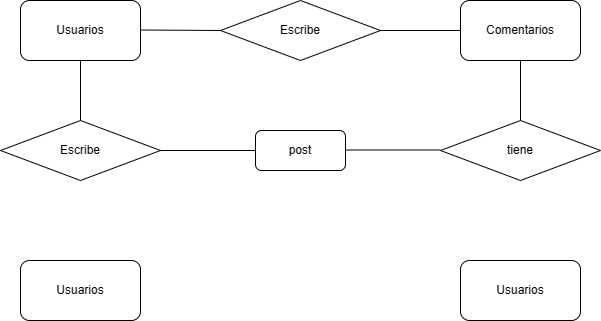
Earlier version of the draw.io export Diagrama Platziblog.drawio.png (LaZaRoMoNzOn1580/PlatziBlog). Source tidied: cells renumbered, new cells last; positions are measured from the earlier drawing's top-left corner, leaving out a move shared by most shapes. The source it was exported from:
```xml
<mxGraphModel>
  <root>
    <mxCell id="0" />
    <mxCell id="1" parent="0" />
    <mxCell id="2" value="Usuarios&lt;br&gt;" style="rounded=1;whiteSpace=wrap;html=1;" parent="1" vertex="1">
      <mxGeometry x="20" width="120" height="60" as="geometry" />
    </mxCell>
    <mxCell id="3" value="Escribe" style="rhombus;whiteSpace=wrap;html=1;" parent="1" vertex="1">
      <mxGeometry y="120" width="160" height="60" as="geometry" />
    </mxCell>
    <mxCell id="4" value="Escribe" style="rhombus;whiteSpace=wrap;html=1;" parent="1" vertex="1">
      <mxGeometry x="220" width="160" height="60" as="geometry" />
    </mxCell>
    <mxCell id="5" value="tiene" style="rhombus;whiteSpace=wrap;html=1;" parent="1" vertex="1">
      <mxGeometry x="440" y="120" width="160" height="60" as="geometry" />
    </mxCell>
    <mxCell id="6" value="Comentarios" style="rounded=1;whiteSpace=wrap;html=1;" parent="1" vertex="1">
      <mxGeometry x="460" width="120" height="60" as="geometry" />
    </mxCell>
    <mxCell id="7" value="post" style="rounded=1;whiteSpace=wrap;html=1;" parent="1" vertex="1">
      <mxGeometry x="255" y="130" width="90" height="40" as="geometry" />
    </mxCell>
    <mxCell id="8" value="Usuarios&lt;br&gt;" style="rounded=1;whiteSpace=wrap;html=1;" parent="1" vertex="1">
      <mxGeometry x="20" y="260" width="120" height="60" as="geometry" />
    </mxCell>
    <mxCell id="9" value="Usuarios&lt;br&gt;" style="rounded=1;whiteSpace=wrap;html=1;" parent="1" vertex="1">
      <mxGeometry x="460" y="260" width="120" height="60" as="geometry" />
    </mxCell>
    <mxCell id="10" style="endArrow=none;html=1;rounded=0;exitX=0.5;exitY=0;exitDx=0;exitDy=0;entryX=0.5;entryY=1;entryDx=0;entryDy=0;" parent="1" edge="1" source="3" target="2">
      <mxGeometry relative="1" as="geometry" />
    </mxCell>
    <mxCell id="11" style="endArrow=none;html=1;rounded=0;exitX=1;exitY=0.5;exitDx=0;exitDy=0;entryX=0;entryY=0.5;entryDx=0;entryDy=0;" parent="1" edge="1" source="3" target="7">
      <mxGeometry relative="1" as="geometry" />
    </mxCell>
    <mxCell id="12" style="endArrow=none;html=1;rounded=0;exitX=1;exitY=0.5;exitDx=0;exitDy=0;entryX=0;entryY=0.5;entryDx=0;entryDy=0;" parent="1" edge="1">
      <mxGeometry relative="1" as="geometry">
        <mxPoint x="345" y="149.5" as="sourcePoint" />
        <mxPoint x="440" y="149.5" as="targetPoint" />
      </mxGeometry>
    </mxCell>
    <mxCell id="13" style="endArrow=none;html=1;rounded=0;exitX=1;exitY=0.5;exitDx=0;exitDy=0;" parent="1" edge="1">
      <mxGeometry relative="1" as="geometry">
        <mxPoint x="140" y="29.5" as="sourcePoint" />
        <mxPoint x="220" y="30" as="targetPoint" />
      </mxGeometry>
    </mxCell>
    <mxCell id="14" style="endArrow=none;html=1;rounded=0;entryX=0;entryY=0.5;entryDx=0;entryDy=0;exitX=1;exitY=0.5;exitDx=0;exitDy=0;" parent="1" edge="1" source="4" target="6">
      <mxGeometry relative="1" as="geometry" />
    </mxCell>
    <mxCell id="15" style="endArrow=none;html=1;rounded=0;exitX=0.5;exitY=0;exitDx=0;exitDy=0;entryX=0.5;entryY=1;entryDx=0;entryDy=0;" parent="1" edge="1" source="5" target="6">
      <mxGeometry relative="1" as="geometry" />
    </mxCell>
  </root>
</mxGraphModel>
```
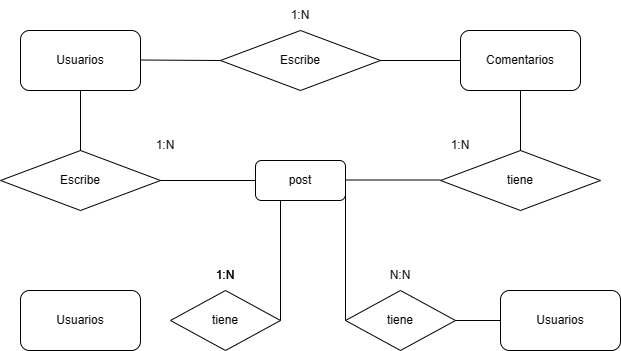
After the change.

Diff of the diagram source:
```diff
@@ -24,7 +24,7 @@
       <mxGeometry x="20" y="260" width="120" height="60" as="geometry" />
     </mxCell>
     <mxCell id="9" value="Usuarios&lt;br&gt;" style="rounded=1;whiteSpace=wrap;html=1;" parent="1" vertex="1">
-      <mxGeometry x="460" y="260" width="120" height="60" as="geometry" />
+      <mxGeometry x="500" y="260" width="120" height="60" as="geometry" />
     </mxCell>
     <mxCell id="10" style="endArrow=none;html=1;rounded=0;exitX=0.5;exitY=0;exitDx=0;exitDy=0;entryX=0.5;entryY=1;entryDx=0;entryDy=0;" parent="1" edge="1" source="3" target="2">
       <mxGeometry relative="1" as="geometry" />
@@ -50,5 +50,42 @@
     <mxCell id="15" style="endArrow=none;html=1;rounded=0;exitX=0.5;exitY=0;exitDx=0;exitDy=0;entryX=0.5;entryY=1;entryDx=0;entryDy=0;" parent="1" edge="1" source="5" target="6">
       <mxGeometry relative="1" as="geometry" />
     </mxCell>
+    <mxCell id="16" value="tiene" style="rhombus;whiteSpace=wrap;html=1;" parent="1" vertex="1">
+      <mxGeometry x="170" y="260" width="110" height="60" as="geometry" />
+    </mxCell>
+    <mxCell id="17" value="tiene" style="rhombus;whiteSpace=wrap;html=1;" parent="1" vertex="1">
+      <mxGeometry x="345" y="260" width="110" height="60" as="geometry" />
+    </mxCell>
+    <mxCell id="18" style="endArrow=none;html=1;rounded=0;exitX=1;exitY=0.5;exitDx=0;exitDy=0;" parent="1" edge="1" source="16">
+      <mxGeometry relative="1" as="geometry">
+        <mxPoint x="280" y="170" as="targetPoint" />
+      </mxGeometry>
+    </mxCell>
+    <mxCell id="19" style="endArrow=none;html=1;rounded=0;entryX=1;entryY=0.5;entryDx=0;entryDy=0;" parent="1" edge="1" target="7">
+      <mxGeometry relative="1" as="geometry">
+        <mxPoint x="345" y="290" as="sourcePoint" />
+      </mxGeometry>
+    </mxCell>
+    <mxCell id="20" style="endArrow=none;html=1;rounded=0;entryX=0;entryY=0.5;entryDx=0;entryDy=0;exitX=1;exitY=0.5;exitDx=0;exitDy=0;" parent="1" edge="1" source="17" target="9">
+      <mxGeometry relative="1" as="geometry" />
+    </mxCell>
+    <mxCell id="21" value="1:N" style="text;html=1;strokeColor=none;fillColor=none;align=center;verticalAlign=middle;whiteSpace=wrap;rounded=0;" parent="1" vertex="1">
+      <mxGeometry x="195" y="230" width="60" height="30" as="geometry" />
+    </mxCell>
+    <mxCell id="22" value="1:N" style="text;html=1;strokeColor=none;fillColor=none;align=center;verticalAlign=middle;whiteSpace=wrap;rounded=0;" parent="1" vertex="1">
+      <mxGeometry x="195" y="230" width="60" height="30" as="geometry" />
+    </mxCell>
+    <mxCell id="23" value="1:N" style="text;html=1;strokeColor=none;fillColor=none;align=center;verticalAlign=middle;whiteSpace=wrap;rounded=0;" parent="1" vertex="1">
+      <mxGeometry x="270" y="-30" width="60" height="30" as="geometry" />
+    </mxCell>
+    <mxCell id="24" value="1:N" style="text;html=1;strokeColor=none;fillColor=none;align=center;verticalAlign=middle;whiteSpace=wrap;rounded=0;" parent="1" vertex="1">
+      <mxGeometry x="135" y="100" width="60" height="30" as="geometry" />
+    </mxCell>
+    <mxCell id="25" value="1:N" style="text;html=1;strokeColor=none;fillColor=none;align=center;verticalAlign=middle;whiteSpace=wrap;rounded=0;" parent="1" vertex="1">
+      <mxGeometry x="430" y="100" width="60" height="30" as="geometry" />
+    </mxCell>
+    <mxCell id="26" value="N:N" style="text;html=1;strokeColor=none;fillColor=none;align=center;verticalAlign=middle;whiteSpace=wrap;rounded=0;" parent="1" vertex="1">
+      <mxGeometry x="370" y="230" width="60" height="30" as="geometry" />
+    </mxCell>
   </root>
 </mxGraphModel>
```
